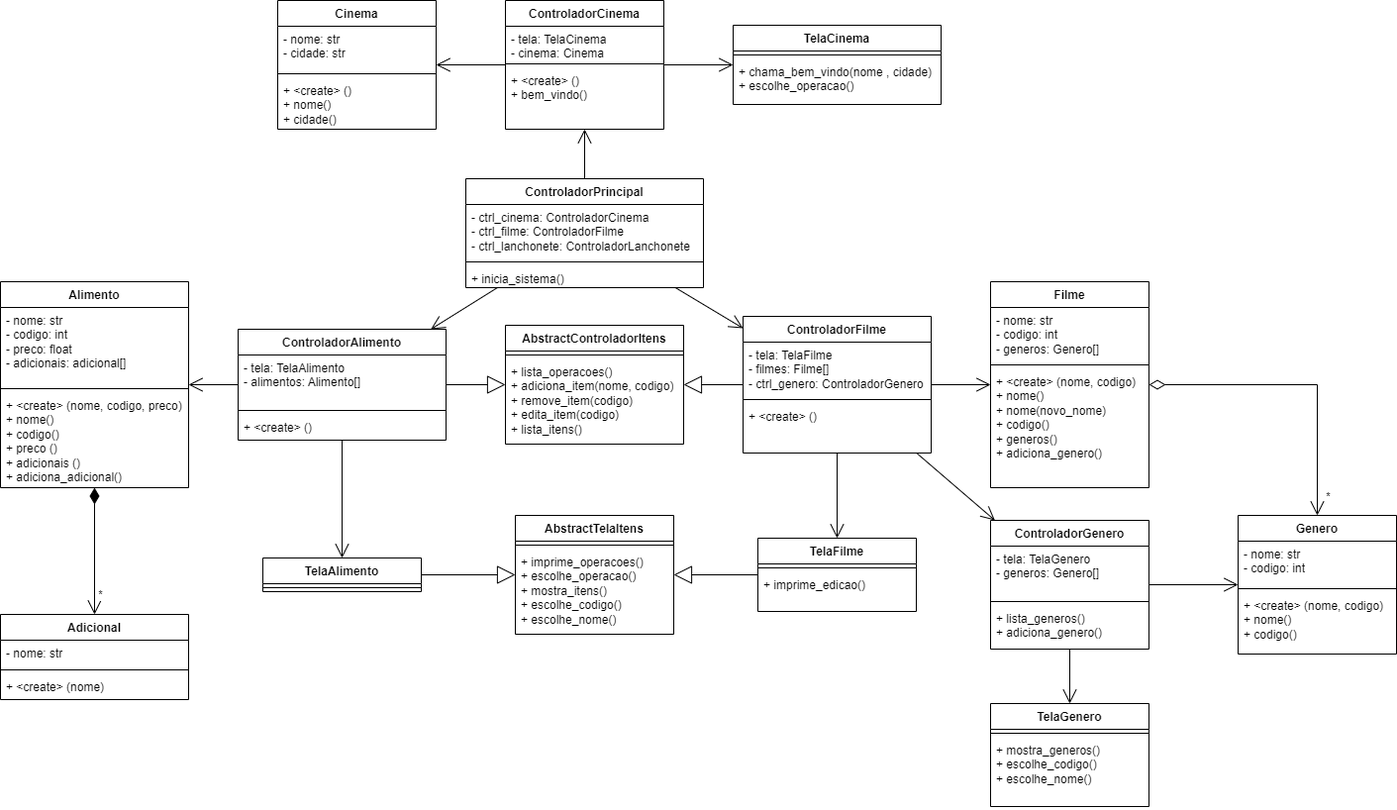
This is ModelagemCinema.png from Gustavo-kohler/TrabalhoDSO, a draw.io export, as it was before one commit. Source tidied: cells renumbered, new cells last; positions are measured from the earlier drawing's top-left corner, leaving out a move shared by most shapes.
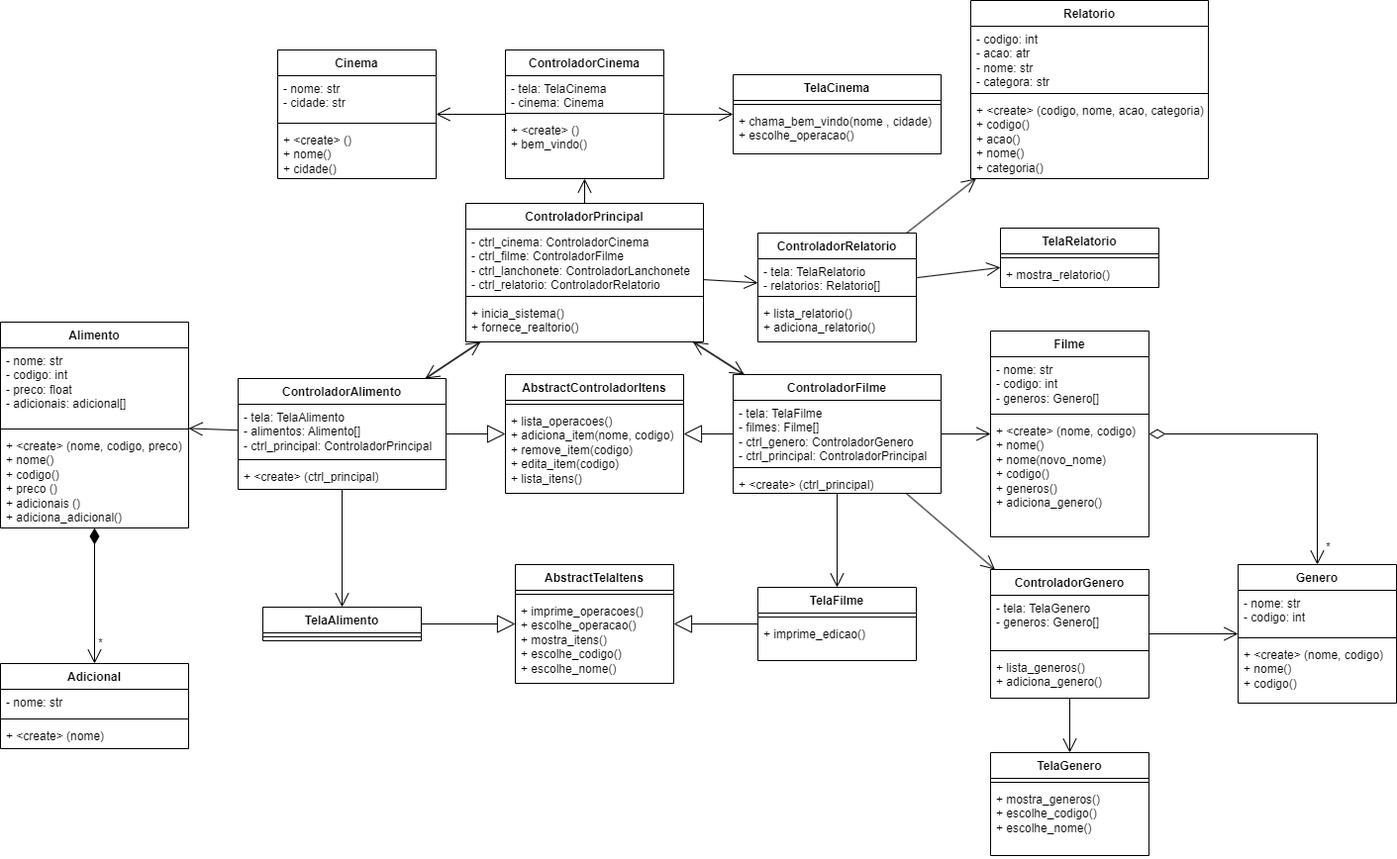
Later version of the same file.

Commit message:
ediçao modelagem cinema

What changed in the source:
```diff
@@ -36,27 +36,27 @@
       <mxGeometry y="68" width="160" height="62" as="geometry" />
     </mxCell>
     <mxCell id="13" value="ControladorPrincipal" style="swimlane;fontStyle=1;align=center;verticalAlign=top;horizontal=1;startSize=26;whiteSpace=wrap;html=1;" parent="1" vertex="1">
-      <mxGeometry x="470" y="180" width="240" height="110" as="geometry" />
+      <mxGeometry x="470" y="155" width="240" height="140" as="geometry" />
     </mxCell>
-    <mxCell id="14" value="- ctrl_cinema: ControladorCinema&lt;br&gt;- ctrl_filme: ControladorFilme&lt;br&gt;- ctrl_lanchonete: ControladorLanchonete" style="text;strokeColor=none;fillColor=none;align=left;verticalAlign=top;spacingLeft=4;spacingRight=4;overflow=hidden;whiteSpace=wrap;html=1;" parent="13" vertex="1">
-      <mxGeometry y="26" width="240" height="54" as="geometry" />
+    <mxCell id="14" value="- ctrl_cinema: ControladorCinema&lt;br&gt;- ctrl_filme: ControladorFilme&lt;br&gt;- ctrl_lanchonete: ControladorLanchonete&lt;br&gt;- ctrl_relatorio: ControladorRelatorio" style="text;strokeColor=none;fillColor=none;align=left;verticalAlign=top;spacingLeft=4;spacingRight=4;overflow=hidden;whiteSpace=wrap;html=1;" parent="13" vertex="1">
+      <mxGeometry y="26" width="240" height="64" as="geometry" />
     </mxCell>
     <mxCell id="15" style="line;strokeWidth=1;fillColor=none;align=left;verticalAlign=middle;spacingTop=-1;spacingLeft=3;spacingRight=3;labelPosition=right;strokeColor=inherit;" parent="13" vertex="1">
-      <mxGeometry y="80" width="240" height="8" as="geometry" />
+      <mxGeometry y="90" width="240" height="8" as="geometry" />
     </mxCell>
-    <mxCell id="16" value="+ inicia_sistema()" style="text;strokeColor=none;fillColor=none;align=left;verticalAlign=top;spacingLeft=4;spacingRight=4;overflow=hidden;whiteSpace=wrap;html=1;" parent="13" vertex="1">
-      <mxGeometry y="88" width="240" height="22" as="geometry" />
+    <mxCell id="16" value="+ inicia_sistema()&lt;br&gt;+ fornece_realtorio()" style="text;strokeColor=none;fillColor=none;align=left;verticalAlign=top;spacingLeft=4;spacingRight=4;overflow=hidden;whiteSpace=wrap;html=1;" parent="13" vertex="1">
+      <mxGeometry y="98" width="240" height="42" as="geometry" />
     </mxCell>
     <mxCell id="17" value="ControladorAlimento" style="swimlane;fontStyle=1;align=center;verticalAlign=top;horizontal=1;startSize=26;whiteSpace=wrap;html=1;" parent="1" vertex="1">
       <mxGeometry x="240" y="332" width="210" height="112" as="geometry" />
     </mxCell>
-    <mxCell id="18" value="- tela: TelaAlimento&lt;br style=&quot;border-color: var(--border-color);&quot;&gt;- alimentos: Alimento[]" style="text;strokeColor=none;fillColor=none;align=left;verticalAlign=top;spacingLeft=4;spacingRight=4;overflow=hidden;whiteSpace=wrap;html=1;" parent="17" vertex="1">
+    <mxCell id="18" value="- tela: TelaAlimento&lt;br style=&quot;border-color: var(--border-color);&quot;&gt;- alimentos: Alimento[]&lt;br&gt;- ctrl_principal: ControladorPrincipal" style="text;strokeColor=none;fillColor=none;align=left;verticalAlign=top;spacingLeft=4;spacingRight=4;overflow=hidden;whiteSpace=wrap;html=1;" parent="17" vertex="1">
       <mxGeometry y="26" width="210" height="52" as="geometry" />
     </mxCell>
     <mxCell id="19" style="line;strokeWidth=1;fillColor=none;align=left;verticalAlign=middle;spacingTop=-1;spacingLeft=3;spacingRight=3;labelPosition=right;strokeColor=inherit;" parent="17" vertex="1">
       <mxGeometry y="78" width="210" height="8" as="geometry" />
     </mxCell>
-    <mxCell id="20" value="+ &amp;lt;create&amp;gt; ()" style="text;strokeColor=none;fillColor=none;align=left;verticalAlign=top;spacingLeft=4;spacingRight=4;overflow=hidden;whiteSpace=wrap;html=1;" parent="17" vertex="1">
+    <mxCell id="20" value="+ &amp;lt;create&amp;gt; (ctrl_principal)" style="text;strokeColor=none;fillColor=none;align=left;verticalAlign=top;spacingLeft=4;spacingRight=4;overflow=hidden;whiteSpace=wrap;html=1;" parent="17" vertex="1">
       <mxGeometry y="86" width="210" height="26" as="geometry" />
     </mxCell>
     <mxCell id="21" value="Filme" style="swimlane;fontStyle=1;align=center;verticalAlign=top;horizontal=1;startSize=26;whiteSpace=wrap;html=1;" parent="1" vertex="1">
@@ -78,7 +78,7 @@
       <mxGeometry y="26" width="160" height="8" as="geometry" />
     </mxCell>
     <mxCell id="27" value="Alimento" style="swimlane;fontStyle=1;align=center;verticalAlign=top;horizontal=1;startSize=26;whiteSpace=wrap;html=1;" parent="1" vertex="1">
-      <mxGeometry y="284" width="190" height="208" as="geometry" />
+      <mxGeometry y="275" width="190" height="208" as="geometry" />
     </mxCell>
     <mxCell id="28" value="- nome: str&lt;br&gt;- codigo: int&lt;br&gt;- preco: float&lt;br&gt;- adicionais: adicional[]" style="text;strokeColor=none;fillColor=none;align=left;verticalAlign=top;spacingLeft=4;spacingRight=4;overflow=hidden;whiteSpace=wrap;html=1;" parent="27" vertex="1">
       <mxGeometry y="26" width="190" height="78" as="geometry" />
@@ -99,16 +99,16 @@
       <mxGeometry y="34" width="180" height="86" as="geometry" />
     </mxCell>
     <mxCell id="34" value="ControladorFilme" style="swimlane;fontStyle=1;align=center;verticalAlign=top;horizontal=1;startSize=26;whiteSpace=wrap;html=1;" parent="1" vertex="1">
-      <mxGeometry x="750" y="319" width="190" height="138" as="geometry" />
+      <mxGeometry x="740" y="328" width="210" height="120" as="geometry" />
     </mxCell>
-    <mxCell id="35" value="- tela: TelaFilme&lt;br style=&quot;border-color: var(--border-color);&quot;&gt;- filmes: Filme[]&lt;br&gt;- ctrl_genero: ControladorGenero" style="text;strokeColor=none;fillColor=none;align=left;verticalAlign=top;spacingLeft=4;spacingRight=4;overflow=hidden;whiteSpace=wrap;html=1;" parent="34" vertex="1">
-      <mxGeometry y="26" width="190" height="54" as="geometry" />
+    <mxCell id="35" value="- tela: TelaFilme&lt;br style=&quot;border-color: var(--border-color);&quot;&gt;- filmes: Filme[]&lt;br&gt;- ctrl_genero: ControladorGenero&lt;br&gt;- ctrl_principal: ControladorPrincipal" style="text;strokeColor=none;fillColor=none;align=left;verticalAlign=top;spacingLeft=4;spacingRight=4;overflow=hidden;whiteSpace=wrap;html=1;" parent="34" vertex="1">
+      <mxGeometry y="26" width="210" height="64" as="geometry" />
     </mxCell>
     <mxCell id="36" style="line;strokeWidth=1;fillColor=none;align=left;verticalAlign=middle;spacingTop=-1;spacingLeft=3;spacingRight=3;labelPosition=right;strokeColor=inherit;" parent="34" vertex="1">
-      <mxGeometry y="80" width="190" height="8" as="geometry" />
+      <mxGeometry y="90" width="210" height="8" as="geometry" />
     </mxCell>
-    <mxCell id="37" value="+ &amp;lt;create&amp;gt; ()" style="text;strokeColor=none;fillColor=none;align=left;verticalAlign=top;spacingLeft=4;spacingRight=4;overflow=hidden;whiteSpace=wrap;html=1;" parent="34" vertex="1">
-      <mxGeometry y="88" width="190" height="50" as="geometry" />
+    <mxCell id="37" value="+ &amp;lt;create&amp;gt; (ctrl_principal)" style="text;strokeColor=none;fillColor=none;align=left;verticalAlign=top;spacingLeft=4;spacingRight=4;overflow=hidden;whiteSpace=wrap;html=1;" parent="34" vertex="1">
+      <mxGeometry y="98" width="210" height="22" as="geometry" />
     </mxCell>
     <mxCell id="38" value="Adicional" style="swimlane;fontStyle=1;align=center;verticalAlign=top;horizontal=1;startSize=26;whiteSpace=wrap;html=1;" parent="1" vertex="1">
       <mxGeometry y="620" width="190" height="86" as="geometry" />
@@ -237,5 +237,53 @@
     <mxCell id="78" style="endArrow=block;endSize=16;endFill=0;html=1;rounded=0;" parent="1" edge="1" source="25" target="46">
       <mxGeometry relative="1" as="geometry" />
     </mxCell>
+    <mxCell id="79" value="ControladorRelatorio" style="swimlane;fontStyle=1;align=center;verticalAlign=top;horizontal=1;startSize=26;whiteSpace=wrap;html=1;" parent="1" vertex="1">
+      <mxGeometry x="765" y="185" width="160" height="110" as="geometry" />
+    </mxCell>
+    <mxCell id="80" value="- tela: TelaRelatorio&lt;br&gt;- relatorios: Relatorio[]" style="text;strokeColor=none;fillColor=none;align=left;verticalAlign=top;spacingLeft=4;spacingRight=4;overflow=hidden;whiteSpace=wrap;html=1;" parent="79" vertex="1">
+      <mxGeometry y="26" width="160" height="34" as="geometry" />
+    </mxCell>
+    <mxCell id="81" style="line;strokeWidth=1;fillColor=none;align=left;verticalAlign=middle;spacingTop=-1;spacingLeft=3;spacingRight=3;labelPosition=right;strokeColor=inherit;" parent="79" vertex="1">
+      <mxGeometry y="60" width="160" height="8" as="geometry" />
+    </mxCell>
+    <mxCell id="82" value="+ lista_relatorio()&lt;br&gt;+ adiciona_relatorio()" style="text;strokeColor=none;fillColor=none;align=left;verticalAlign=top;spacingLeft=4;spacingRight=4;overflow=hidden;whiteSpace=wrap;html=1;" parent="79" vertex="1">
+      <mxGeometry y="68" width="160" height="42" as="geometry" />
+    </mxCell>
+    <mxCell id="83" value="Relatorio" style="swimlane;fontStyle=1;align=center;verticalAlign=top;horizontal=1;startSize=26;whiteSpace=wrap;html=1;" parent="1" vertex="1">
+      <mxGeometry x="980" y="-50" width="240" height="180" as="geometry" />
+    </mxCell>
+    <mxCell id="84" value="- codigo: int&lt;br&gt;- acao: atr&lt;br&gt;- nome: str&lt;br&gt;- categora: str" style="text;strokeColor=none;fillColor=none;align=left;verticalAlign=top;spacingLeft=4;spacingRight=4;overflow=hidden;whiteSpace=wrap;html=1;" parent="83" vertex="1">
+      <mxGeometry y="26" width="240" height="64" as="geometry" />
+    </mxCell>
+    <mxCell id="85" style="line;strokeWidth=1;fillColor=none;align=left;verticalAlign=middle;spacingTop=-1;spacingLeft=3;spacingRight=3;labelPosition=right;strokeColor=inherit;" parent="83" vertex="1">
+      <mxGeometry y="90" width="240" height="8" as="geometry" />
+    </mxCell>
+    <mxCell id="86" value="+ &amp;lt;create&amp;gt; (codigo, nome, acao, categoria)&lt;br&gt;+ codigo()&lt;br&gt;+ acao()&lt;br&gt;+ nome()&lt;br&gt;+ categoria()" style="text;strokeColor=none;fillColor=none;align=left;verticalAlign=top;spacingLeft=4;spacingRight=4;overflow=hidden;whiteSpace=wrap;html=1;" parent="83" vertex="1">
+      <mxGeometry y="98" width="240" height="82" as="geometry" />
+    </mxCell>
+    <mxCell id="87" value="TelaRelatorio" style="swimlane;fontStyle=1;align=center;verticalAlign=top;horizontal=1;startSize=26;whiteSpace=wrap;html=1;" parent="1" vertex="1">
+      <mxGeometry x="1010" y="180" width="160" height="60" as="geometry" />
+    </mxCell>
+    <mxCell id="88" style="line;strokeWidth=1;fillColor=none;align=left;verticalAlign=middle;spacingTop=-1;spacingLeft=3;spacingRight=3;labelPosition=right;strokeColor=inherit;" parent="87" vertex="1">
+      <mxGeometry y="26" width="160" height="8" as="geometry" />
+    </mxCell>
+    <mxCell id="89" value="+ mostra_relatorio()" style="text;strokeColor=none;fillColor=none;align=left;verticalAlign=top;spacingLeft=4;spacingRight=4;overflow=hidden;whiteSpace=wrap;html=1;" parent="87" vertex="1">
+      <mxGeometry y="34" width="160" height="26" as="geometry" />
+    </mxCell>
+    <mxCell id="90" style="endArrow=open;endFill=1;endSize=12;html=1;rounded=0;" parent="1" edge="1" source="13" target="79">
+      <mxGeometry relative="1" as="geometry" />
+    </mxCell>
+    <mxCell id="91" style="endArrow=open;endFill=1;endSize=12;html=1;rounded=0;" parent="1" edge="1" source="79" target="83">
+      <mxGeometry relative="1" as="geometry" />
+    </mxCell>
+    <mxCell id="92" style="endArrow=open;endFill=1;endSize=12;html=1;rounded=0;" parent="1" edge="1" source="79" target="87">
+      <mxGeometry relative="1" as="geometry" />
+    </mxCell>
+    <mxCell id="93" style="endArrow=open;endFill=1;endSize=12;html=1;rounded=0;" parent="1" edge="1" source="34" target="13">
+      <mxGeometry relative="1" as="geometry" />
+    </mxCell>
+    <mxCell id="94" style="endArrow=open;endFill=1;endSize=12;html=1;rounded=0;" parent="1" edge="1" source="17" target="13">
+      <mxGeometry relative="1" as="geometry" />
+    </mxCell>
   </root>
 </mxGraphModel>
```
